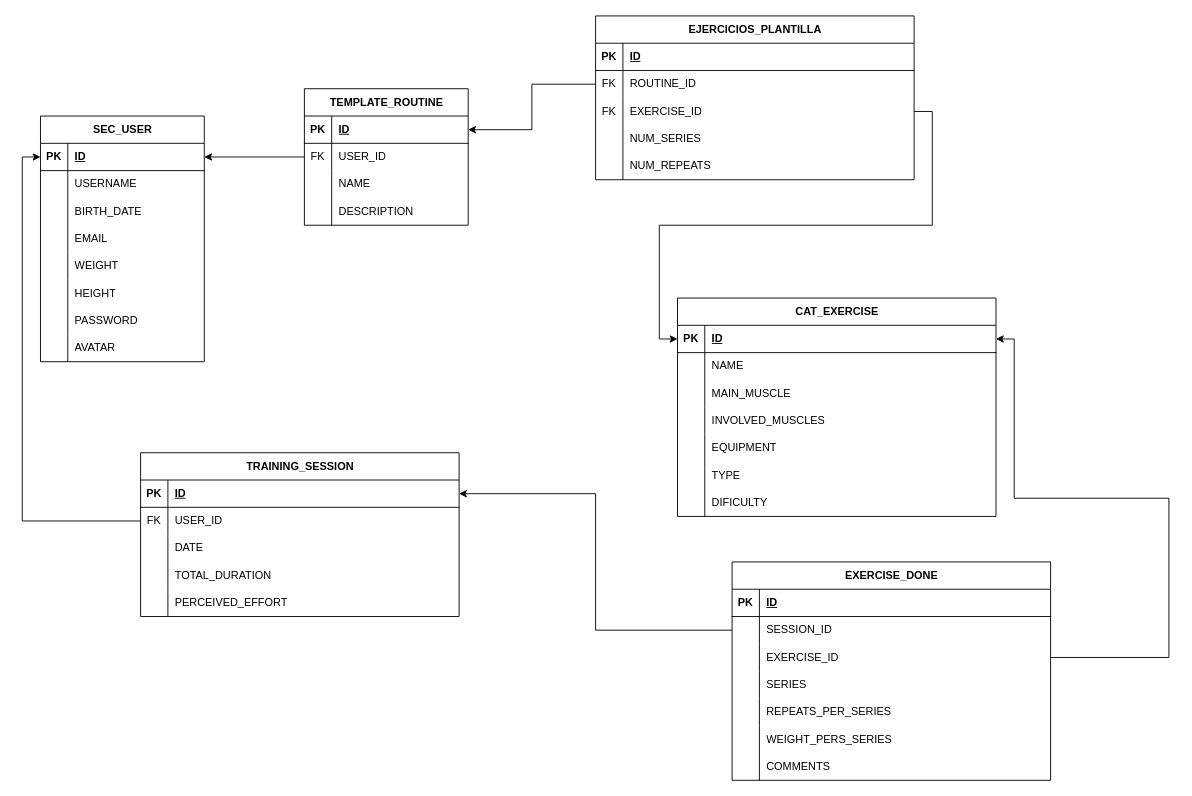
Earlier version of the draw.io diagram back/JAR_JAR_GYM.drawio (josewer/jar-jar-caprio). Source tidied: cells renumbered, new cells numbered last; positions are measured from the earlier drawing's top-left corner, leaving out a move shared by most shapes. Both pictures are drawn from the tidied source at 91%, with x=0, y=0 at pixel (40, 15).
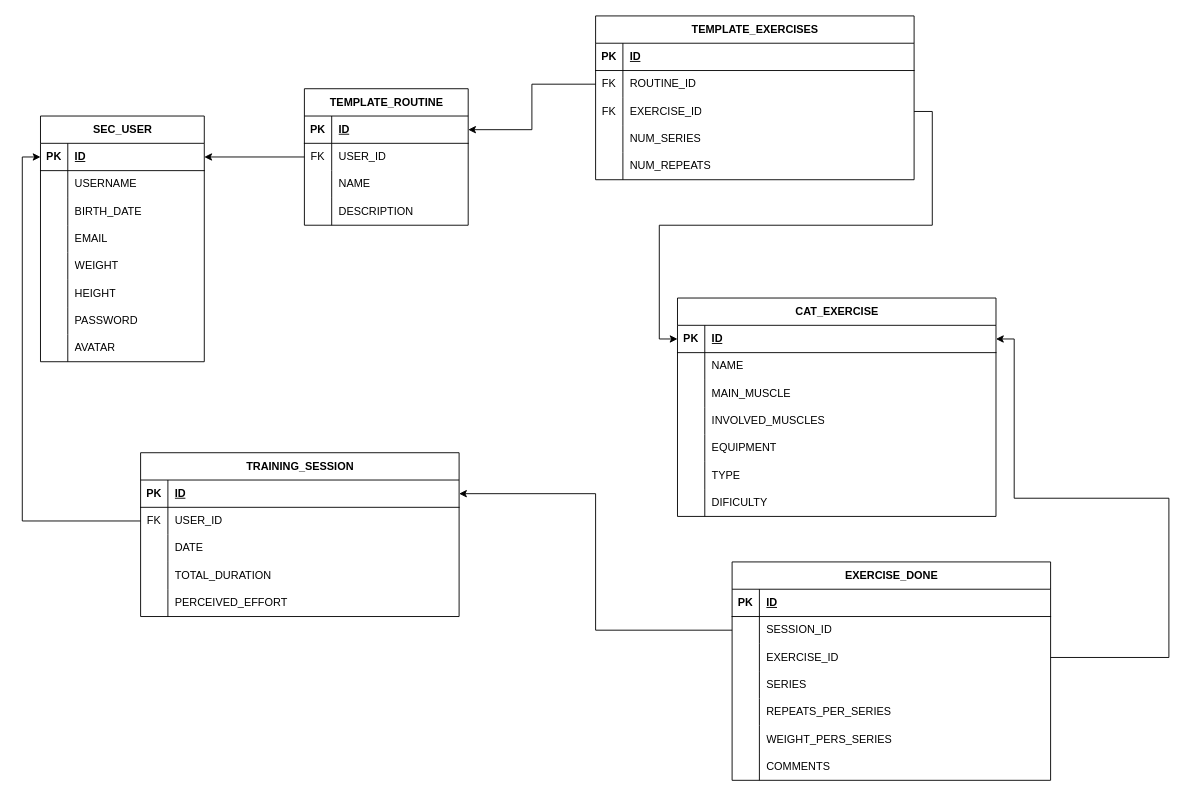
The same page after the edit.

Diff of the diagram source:
```diff
@@
-    <mxCell id="40" value="EJERCICIOS_PLANTILLA" style="shape=table;startSize=30;childLayout=tableLayout;rowLines=0;fontStyle=1;align=center;html=1;" parent="1" vertex="1">
+    <mxCell id="40" value="TEMPLATE_EXERCISES" style="shape=table;startSize=30;childLayout=tableLayout;rowLines=0;fontStyle=1;align=center;html=1;" parent="1" vertex="1">
       <mxGeometry x="610" width="350" height="180" as="geometry" />
     </mxCell>
```
